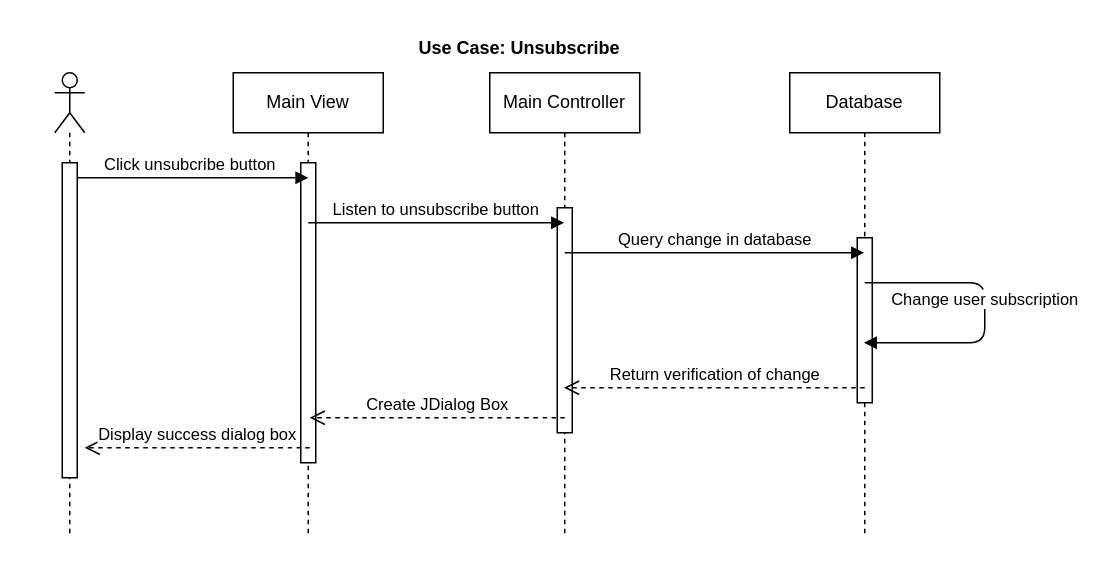
ryan-holt/ENSF480FinalProject keeps this draw.io diagram as page "Unsubscribe" (4 of 10) of SequenceDiagrams.drawio. Above is the earlier version. Source tidied: cells renumbered, new cells numbered last; positions are measured from the earlier drawing's top-left corner, leaving out a move shared by most shapes. Both pictures are drawn from the tidied source at 150%, with x=0, y=0 at pixel (54, 27).
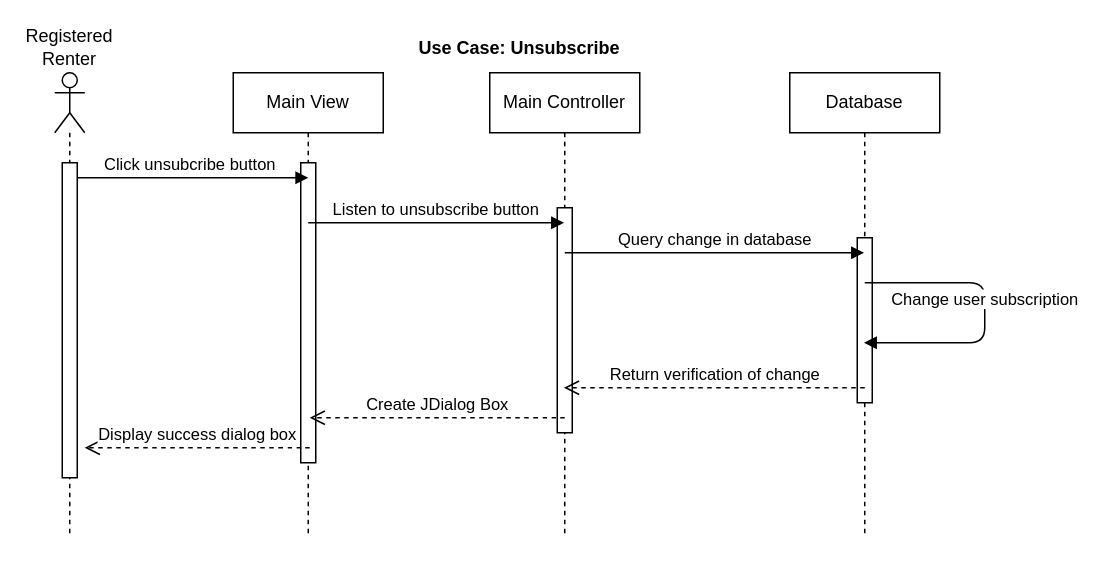
The same page after the edit.

The edit, as a diff of the source:
```diff
@@
+    <mxCell id="18" value="Registered Renter" style="text;html=1;strokeColor=none;fillColor=none;align=center;verticalAlign=middle;whiteSpace=wrap;rounded=0;" parent="1" vertex="1">
+      <mxGeometry x="-10" y="3" width="40" height="20" as="geometry" />
+    </mxCell>
```
